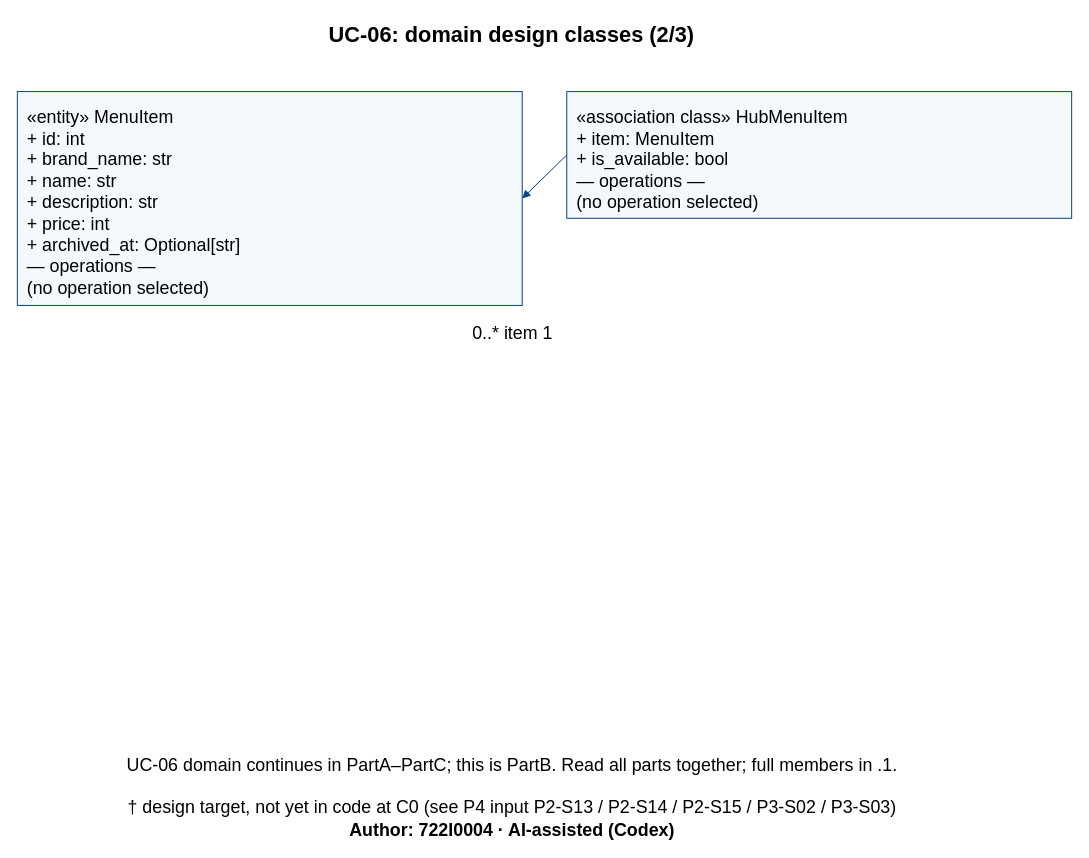
Before: models/UC-06/dcd_uc06_domain_PartB.drawio in Dat071104/SaigonBite, a draw.io diagram. Source tidied: cells renumbered, new cells numbered last; positions are measured from the earlier drawing's top-left corner, leaving out a move shared by most shapes. Both pictures are drawn from the tidied source at 99%, with x=0, y=0 at pixel (17, 17).
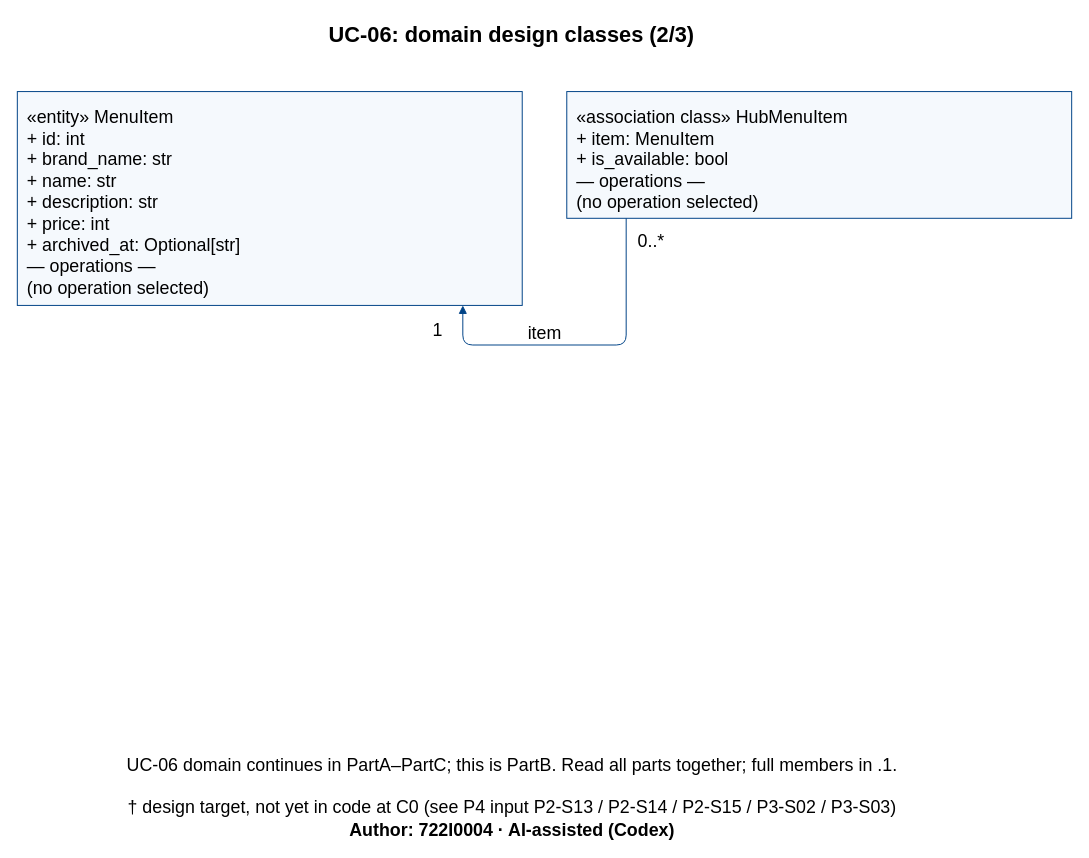
The same diagram, later.

Change to the diagram source:
```diff
@@
 <mxGraphModel>
   <root>
     <mxCell id="0" />
     <mxCell id="1" parent="0" />
     <mxCell id="2" value="UC-06: domain design classes (2/3)" style="html=0;whiteSpace=wrap;fontFamily=Arial;text;strokeColor=none;fillColor=none;fontSize=22;fontStyle=1;align=center;verticalAlign=top;spacing=0;" parent="1" vertex="1">
       <mxGeometry x="310.4" width="379.2" height="30" as="geometry" />
     </mxCell>
     <mxCell id="3" value="Author: 722I0004 · AI-assisted (Codex)" style="html=0;whiteSpace=wrap;fontFamily=Arial;text;strokeColor=none;fillColor=none;fontSize=18;fontStyle=1;align=center;verticalAlign=top;spacing=0;" parent="1" vertex="1">
       <mxGeometry x="330.8" y="806" width="338.4" height="26" as="geometry" />
     </mxCell>
     <mxCell id="4" style="html=0;whiteSpace=wrap;fontFamily=Arial;fillColor=#F5F9FD;strokeColor=#004387;" parent="1" vertex="1">
       <mxGeometry y="75" width="510" height="216" as="geometry" />
     </mxCell>
     <mxCell id="5" value="«entity» MenuItem&#10;+ id: int&#10;+ brand_name: str&#10;+ name: str&#10;+ description: str&#10;+ price: int&#10;+ archived_at: Optional[str]&#10;— operations —&#10;(no operation selected)" style="html=0;whiteSpace=wrap;fontFamily=Arial;text;strokeColor=none;fillColor=none;fontSize=18;fontStyle=0;align=left;verticalAlign=top;spacing=0;" parent="1" vertex="1">
       <mxGeometry x="10" y="86" width="225.6" height="202" as="geometry" />
     </mxCell>
     <mxCell id="6" style="html=0;whiteSpace=wrap;fontFamily=Arial;fillColor=#F5F9FD;strokeColor=#004387;" parent="1" vertex="1">
       <mxGeometry x="555" y="75" width="510" height="128" as="geometry" />
     </mxCell>
     <mxCell id="7" value="«association class» HubMenuItem&#10;+ item: MenuItem&#10;+ is_available: bool&#10;— operations —&#10;(no operation selected)" style="html=0;whiteSpace=wrap;fontFamily=Arial;text;strokeColor=none;fillColor=none;fontSize=18;fontStyle=0;align=left;verticalAlign=top;spacing=0;" parent="1" vertex="1">
       <mxGeometry x="565" y="86" width="284.1" height="114" as="geometry" />
     </mxCell>
-    <mxCell id="8" style="edgeStyle=none;endArrow=block;dashed=0;strokeColor=#004387;exitX=0.0;exitY=0.5;entryX=1.0;entryY=0.5;exitPerimeter=0;entryPerimeter=0;" parent="1" edge="1" source="6" target="4">
-      <mxGeometry relative="1" as="geometry" />
+    <mxCell id="8" style="edgeStyle=none;endArrow=block;dashed=0;strokeColor=#004387;exitX=0.11764705882352941;exitY=1.0;entryX=0.8823529411764706;entryY=1.0;exitPerimeter=0;entryPerimeter=0;" parent="1" edge="1" source="6" target="4">
+      <mxGeometry relative="1" as="geometry">
+        <Array as="points">
+          <mxPoint x="615" y="331" />
+          <mxPoint x="450" y="331" />
+        </Array>
+      </mxGeometry>
     </mxCell>
-    <mxCell id="9" value="0..*  item  1" style="html=0;whiteSpace=wrap;fontFamily=Arial;text;strokeColor=none;fillColor=none;fontSize=18;fontStyle=0;align=center;verticalAlign=top;spacing=0;" parent="1" vertex="1">
-      <mxGeometry x="449.5" y="304" width="101" height="26" as="geometry" />
-    </mxCell>
+    <mxCell id="12" value="0..*" style="html=0;whiteSpace=wrap;fontFamily=Arial;text;strokeColor=none;fillColor=none;fontSize=18;fontStyle=0;align=center;verticalAlign=top;spacing=0;" parent="1" vertex="1">
+      <mxGeometry x="621.5" y="211" width="37" height="26" as="geometry" />
+    </mxCell>
+    <mxCell id="13" value="1" style="html=0;whiteSpace=wrap;fontFamily=Arial;text;strokeColor=none;fillColor=none;fontSize=18;fontStyle=0;align=center;verticalAlign=top;spacing=0;" parent="1" vertex="1">
+      <mxGeometry x="415" y="301" width="20" height="26" as="geometry" />
+    </mxCell>
+    <mxCell id="14" value="item" style="html=0;whiteSpace=wrap;fontFamily=Arial;text;strokeColor=none;fillColor=none;fontSize=18;fontStyle=0;align=center;verticalAlign=top;spacing=0;" parent="1" vertex="1">
+      <mxGeometry x="510.5" y="304" width="44" height="26" as="geometry" />
+    </mxCell>
     <mxCell id="10" value="UC-06 domain continues in PartA–PartC; this is PartB. Read all parts together; full members in .1." style="html=0;whiteSpace=wrap;fontFamily=Arial;text;strokeColor=none;fillColor=none;fontSize=18;fontStyle=0;align=center;verticalAlign=top;spacing=0;" parent="1" vertex="1">
       <mxGeometry x="105.9" y="741" width="788.2" height="26" as="geometry" />
     </mxCell>
     <mxCell id="11" value="† design target, not yet in code at C0 (see P4 input P2-S13 / P2-S14 / P2-S15 / P3-S02 / P3-S03)" style="html=0;whiteSpace=wrap;fontFamily=Arial;text;strokeColor=none;fillColor=none;fontSize=18;fontStyle=0;align=center;verticalAlign=top;spacing=0;" parent="1" vertex="1">
       <mxGeometry x="106.8" y="783" width="786.3" height="26" as="geometry" />
     </mxCell>
   </root>
 </mxGraphModel>
```
